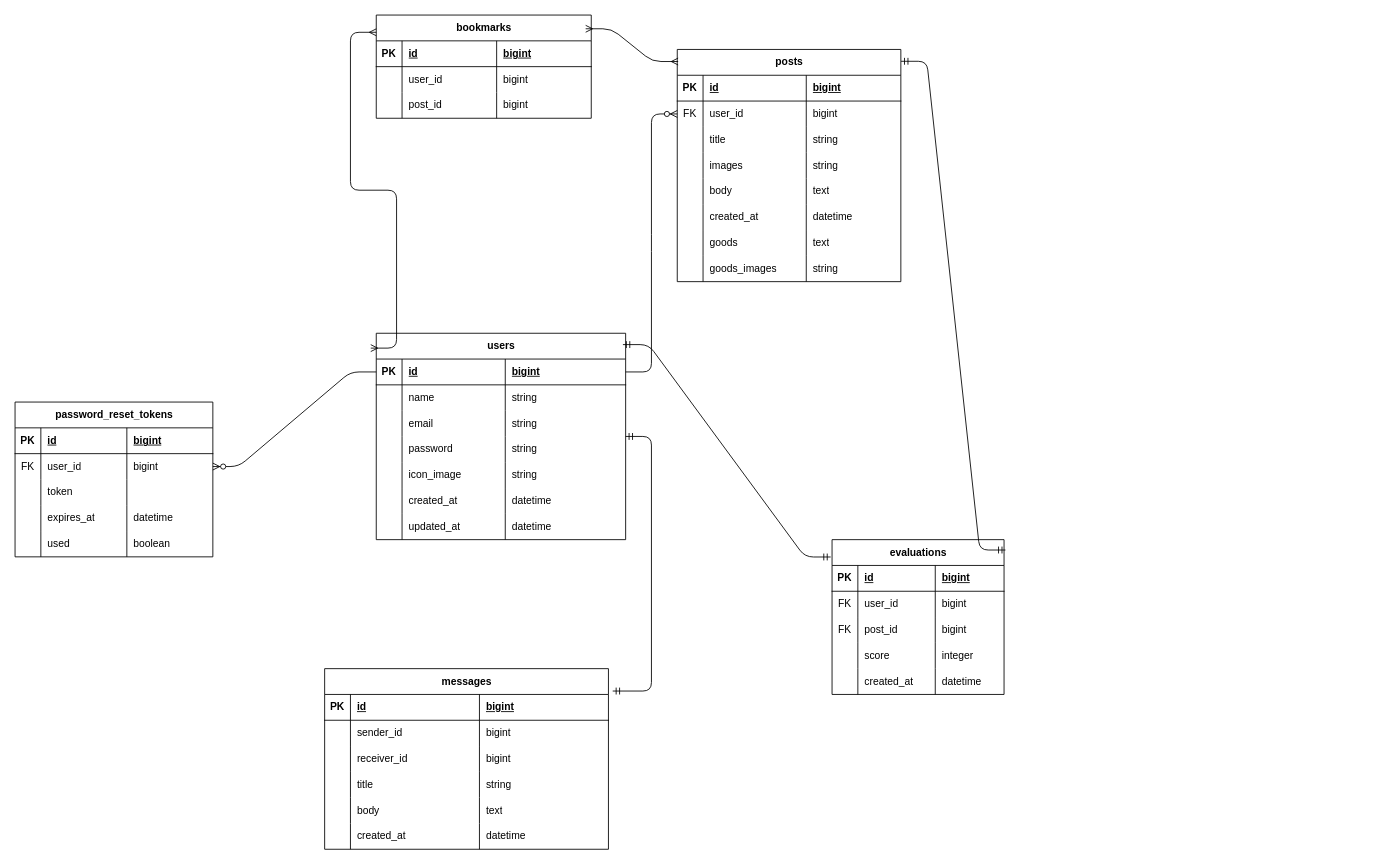
Earlier version of the draw.io diagram ER図.drawio (buriki8823/sotuapp). Source tidied: cells renumbered, new cells numbered last; positions are measured from the earlier drawing's top-left corner, leaving out a move shared by most shapes. Both pictures are drawn from the tidied source at 86%, with x=0, y=0 at pixel (15, 15).
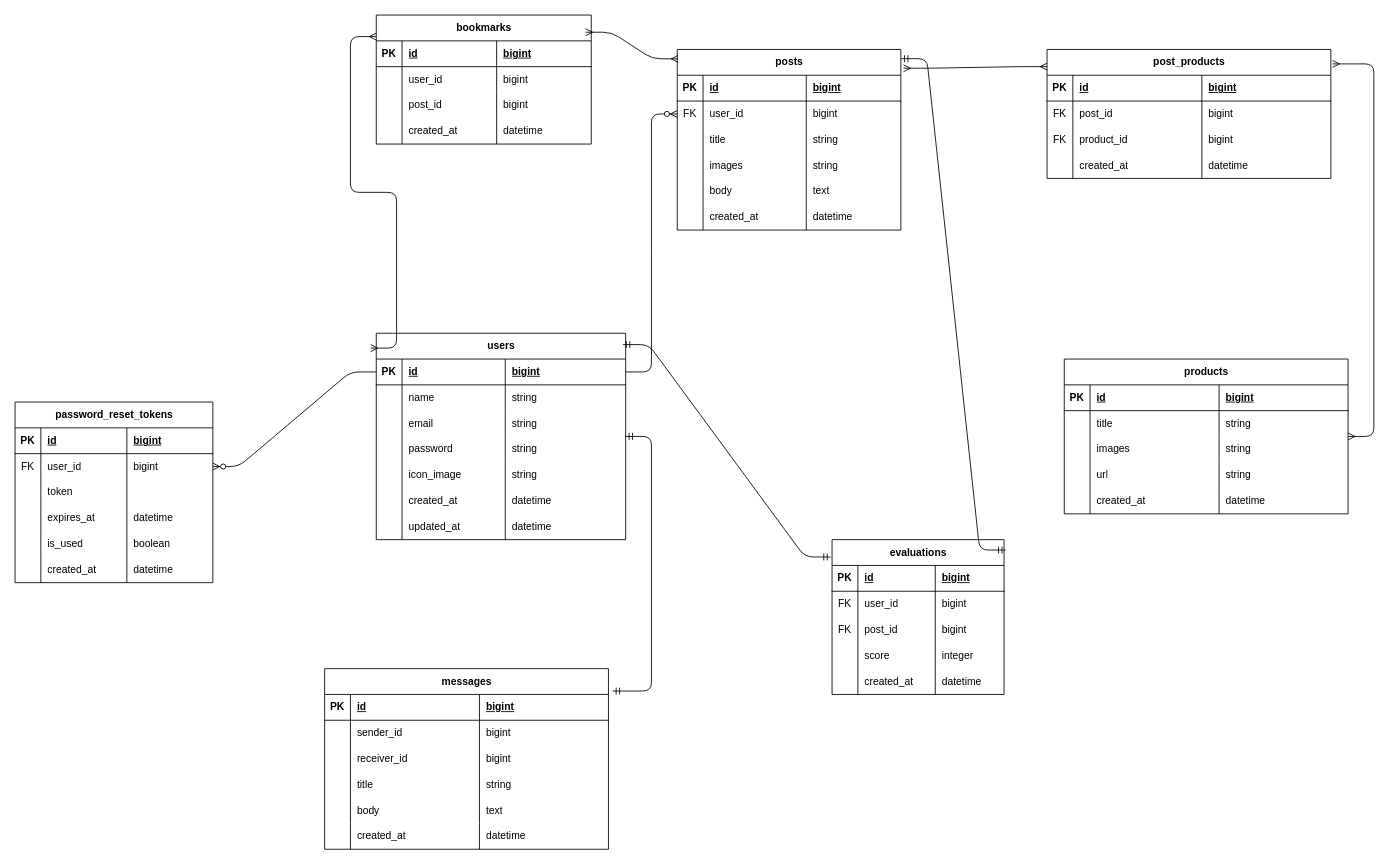
The same diagram, later.

Unchanged cells that the change refers to:
```xml
<mxCell id="48" style="shape=tableRow;horizontal=0;startSize=0;swimlaneHead=0;swimlaneBody=0;fillColor=none;top=0;left=0;right=0;bottom=0;" parent="31" vertex="1">
  <mxGeometry y="150" width="230" height="30" as="geometry" />
</mxCell>
```

What changed in the source:
```diff
@@
     <mxCell id="31" value="password_reset_tokens" style="shape=table;startSize=30;childLayout=tableLayout;rowLines=0;fontStyle=1;align=center;html=1;" parent="1" vertex="1">
-      <mxGeometry y="450" width="230" height="180" as="geometry" />
+      <mxGeometry y="450" width="230" height="210" as="geometry" />
     </mxCell>
@@
-    <mxCell id="50" value="used" style="shape=partialRectangle;fillColor=none;top=0;left=0;bottom=0;right=0;align=left;spacingLeft=6;overflow=hidden;whiteSpace=wrap;html=1;" parent="48" vertex="1">
+    <mxCell id="50" value="is_used" style="shape=partialRectangle;fillColor=none;top=0;left=0;bottom=0;right=0;align=left;spacingLeft=6;overflow=hidden;whiteSpace=wrap;html=1;" parent="48" vertex="1">
       <mxGeometry x="30" width="100" height="30" as="geometry" />
     </mxCell>
@@
+    <mxCell id="151" style="shape=tableRow;horizontal=0;startSize=0;swimlaneHead=0;swimlaneBody=0;fillColor=none;top=0;left=0;right=0;bottom=0;" parent="31" vertex="1">
+      <mxGeometry y="180" width="230" height="30" as="geometry" />
+    </mxCell>
+    <mxCell id="152" style="shape=partialRectangle;fillColor=none;top=0;left=0;bottom=0;right=0;overflow=hidden;whiteSpace=wrap;html=1;" parent="151" vertex="1">
+      <mxGeometry width="30" height="30" as="geometry" />
+    </mxCell>
+    <mxCell id="153" value="&lt;span style=&quot;color: rgb(0, 0, 0);&quot;&gt;created_at&lt;/span&gt;" style="shape=partialRectangle;fillColor=none;top=0;left=0;bottom=0;right=0;align=left;spacingLeft=6;overflow=hidden;whiteSpace=wrap;html=1;" parent="151" vertex="1">
+      <mxGeometry x="30" width="100" height="30" as="geometry" />
+    </mxCell>
+    <mxCell id="154" value="&lt;span style=&quot;color: rgb(0, 0, 0);&quot;&gt;datetime&lt;/span&gt;" style="shape=partialRectangle;fillColor=none;top=0;left=0;bottom=0;right=0;align=left;spacingLeft=6;overflow=hidden;whiteSpace=wrap;html=1;" parent="151" vertex="1">
+      <mxGeometry x="130" width="100" height="30" as="geometry" />
+    </mxCell>
@@
     <mxCell id="53" value="posts" style="shape=table;startSize=30;childLayout=tableLayout;rowLines=0;fontStyle=1;align=center;html=1;" parent="1" vertex="1">
-      <mxGeometry x="770" y="40" width="260" height="270" as="geometry" />
+      <mxGeometry x="770" y="40" width="260" height="210" as="geometry" />
     </mxCell>
@@
-    <mxCell id="78" style="shape=tableRow;horizontal=0;startSize=0;swimlaneHead=0;swimlaneBody=0;fillColor=none;top=0;left=0;right=0;bottom=0;" parent="53" vertex="1">
-      <mxGeometry y="210" width="260" height="30" as="geometry" />
-    </mxCell>
-    <mxCell id="79" style="shape=partialRectangle;fillColor=none;top=0;left=0;bottom=0;right=0;overflow=hidden;whiteSpace=wrap;html=1;" parent="78" vertex="1">
-      <mxGeometry width="30" height="30" as="geometry" />
-    </mxCell>
-    <mxCell id="80" value="goods" style="shape=partialRectangle;fillColor=none;top=0;left=0;bottom=0;right=0;align=left;spacingLeft=6;overflow=hidden;whiteSpace=wrap;html=1;" parent="78" vertex="1">
-      <mxGeometry x="30" width="120" height="30" as="geometry" />
-    </mxCell>
-    <mxCell id="81" value="text" style="shape=partialRectangle;fillColor=none;top=0;left=0;bottom=0;right=0;align=left;spacingLeft=6;overflow=hidden;whiteSpace=wrap;html=1;" parent="78" vertex="1">
-      <mxGeometry x="150" width="110" height="30" as="geometry" />
-    </mxCell>
-    <mxCell id="82" style="shape=tableRow;horizontal=0;startSize=0;swimlaneHead=0;swimlaneBody=0;fillColor=none;top=0;left=0;right=0;bottom=0;" parent="53" vertex="1">
-      <mxGeometry y="240" width="260" height="30" as="geometry" />
-    </mxCell>
-    <mxCell id="83" style="shape=partialRectangle;fillColor=none;top=0;left=0;bottom=0;right=0;overflow=hidden;whiteSpace=wrap;html=1;" parent="82" vertex="1">
-      <mxGeometry width="30" height="30" as="geometry" />
-    </mxCell>
-    <mxCell id="84" value="goods_images" style="shape=partialRectangle;fillColor=none;top=0;left=0;bottom=0;right=0;align=left;spacingLeft=6;overflow=hidden;whiteSpace=wrap;html=1;" parent="82" vertex="1">
-      <mxGeometry x="30" width="120" height="30" as="geometry" />
-    </mxCell>
-    <mxCell id="85" value="string" style="shape=partialRectangle;fillColor=none;top=0;left=0;bottom=0;right=0;align=left;spacingLeft=6;overflow=hidden;whiteSpace=wrap;html=1;" parent="82" vertex="1">
-      <mxGeometry x="150" width="110" height="30" as="geometry" />
-    </mxCell>
@@
     <mxCell id="110" value="bookmarks" style="shape=table;startSize=30;childLayout=tableLayout;rowLines=0;fontStyle=1;align=center;html=1;" parent="1" vertex="1">
-      <mxGeometry x="420" width="250" height="120" as="geometry" />
+      <mxGeometry x="420" width="250" height="150" as="geometry" />
     </mxCell>
@@
+    <mxCell id="155" style="shape=tableRow;horizontal=0;startSize=0;swimlaneHead=0;swimlaneBody=0;fillColor=none;top=0;left=0;right=0;bottom=0;" parent="110" vertex="1">
+      <mxGeometry y="120" width="250" height="30" as="geometry" />
+    </mxCell>
+    <mxCell id="156" style="shape=partialRectangle;fillColor=none;top=0;left=0;bottom=0;right=0;overflow=hidden;whiteSpace=wrap;html=1;" parent="155" vertex="1">
+      <mxGeometry width="30" height="30" as="geometry" />
+    </mxCell>
+    <mxCell id="157" value="&lt;span style=&quot;color: rgb(0, 0, 0);&quot;&gt;created_at&lt;/span&gt;" style="shape=partialRectangle;fillColor=none;top=0;left=0;bottom=0;right=0;align=left;spacingLeft=6;overflow=hidden;whiteSpace=wrap;html=1;" parent="155" vertex="1">
+      <mxGeometry x="30" width="110" height="30" as="geometry" />
+    </mxCell>
+    <mxCell id="158" value="&lt;span style=&quot;color: rgb(0, 0, 0);&quot;&gt;datetime&lt;/span&gt;" style="shape=partialRectangle;fillColor=none;top=0;left=0;bottom=0;right=0;align=left;spacingLeft=6;overflow=hidden;whiteSpace=wrap;html=1;" parent="155" vertex="1">
+      <mxGeometry x="140" width="110" height="30" as="geometry" />
+    </mxCell>
@@
+    <mxCell id="159" value="post_products" style="shape=table;startSize=30;childLayout=tableLayout;rowLines=0;fontStyle=1;align=center;html=1;" parent="1" vertex="1">
+      <mxGeometry x="1200" y="40" width="330" height="150" as="geometry" />
+    </mxCell>
+    <mxCell id="160" style="shape=tableRow;horizontal=0;startSize=0;swimlaneHead=0;swimlaneBody=0;fillColor=none;top=0;left=0;right=0;bottom=1;" parent="159" vertex="1">
+      <mxGeometry y="30" width="330" height="30" as="geometry" />
+    </mxCell>
+    <mxCell id="161" value="PK" style="shape=partialRectangle;fillColor=none;top=0;left=0;bottom=0;right=0;fontStyle=1;overflow=hidden;whiteSpace=wrap;html=1;" parent="160" vertex="1">
+      <mxGeometry width="30" height="30" as="geometry" />
+    </mxCell>
+    <mxCell id="162" value="id" style="shape=partialRectangle;fillColor=none;top=0;left=0;bottom=0;right=0;align=left;spacingLeft=6;fontStyle=5;overflow=hidden;whiteSpace=wrap;html=1;" parent="160" vertex="1">
+      <mxGeometry x="30" width="150" height="30" as="geometry" />
+    </mxCell>
+    <mxCell id="163" value="bigint" style="shape=partialRectangle;fillColor=none;top=0;left=0;bottom=0;right=0;align=left;spacingLeft=6;fontStyle=5;overflow=hidden;whiteSpace=wrap;html=1;" parent="160" vertex="1">
+      <mxGeometry x="180" width="150" height="30" as="geometry" />
+    </mxCell>
+    <mxCell id="164" style="shape=tableRow;horizontal=0;startSize=0;swimlaneHead=0;swimlaneBody=0;fillColor=none;top=0;left=0;right=0;bottom=0;" parent="159" vertex="1">
+      <mxGeometry y="60" width="330" height="30" as="geometry" />
+    </mxCell>
+    <mxCell id="165" value="FK" style="shape=partialRectangle;fillColor=none;top=0;left=0;bottom=0;right=0;overflow=hidden;whiteSpace=wrap;html=1;" parent="164" vertex="1">
+      <mxGeometry width="30" height="30" as="geometry" />
+    </mxCell>
+    <mxCell id="166" value="post_id" style="shape=partialRectangle;fillColor=none;top=0;left=0;bottom=0;right=0;align=left;spacingLeft=6;overflow=hidden;whiteSpace=wrap;html=1;" parent="164" vertex="1">
+      <mxGeometry x="30" width="150" height="30" as="geometry" />
+    </mxCell>
+    <mxCell id="167" value="bigint" style="shape=partialRectangle;fillColor=none;top=0;left=0;bottom=0;right=0;align=left;spacingLeft=6;overflow=hidden;whiteSpace=wrap;html=1;" parent="164" vertex="1">
+      <mxGeometry x="180" width="150" height="30" as="geometry" />
+    </mxCell>
+    <mxCell id="168" style="shape=tableRow;horizontal=0;startSize=0;swimlaneHead=0;swimlaneBody=0;fillColor=none;top=0;left=0;right=0;bottom=0;" parent="159" vertex="1">
+      <mxGeometry y="90" width="330" height="30" as="geometry" />
+    </mxCell>
+    <mxCell id="169" value="FK" style="shape=partialRectangle;fillColor=none;top=0;left=0;bottom=0;right=0;overflow=hidden;whiteSpace=wrap;html=1;" parent="168" vertex="1">
+      <mxGeometry width="30" height="30" as="geometry" />
+    </mxCell>
+    <mxCell id="170" value="product_id" style="shape=partialRectangle;fillColor=none;top=0;left=0;bottom=0;right=0;align=left;spacingLeft=6;overflow=hidden;whiteSpace=wrap;html=1;" parent="168" vertex="1">
+      <mxGeometry x="30" width="150" height="30" as="geometry" />
+    </mxCell>
+    <mxCell id="171" value="bigint" style="shape=partialRectangle;fillColor=none;top=0;left=0;bottom=0;right=0;align=left;spacingLeft=6;overflow=hidden;whiteSpace=wrap;html=1;" parent="168" vertex="1">
+      <mxGeometry x="180" width="150" height="30" as="geometry" />
+    </mxCell>
+    <mxCell id="172" style="shape=tableRow;horizontal=0;startSize=0;swimlaneHead=0;swimlaneBody=0;fillColor=none;top=0;left=0;right=0;bottom=0;" parent="159" vertex="1">
+      <mxGeometry y="120" width="330" height="30" as="geometry" />
+    </mxCell>
+    <mxCell id="173" style="shape=partialRectangle;fillColor=none;top=0;left=0;bottom=0;right=0;overflow=hidden;whiteSpace=wrap;html=1;" parent="172" vertex="1">
+      <mxGeometry width="30" height="30" as="geometry" />
+    </mxCell>
+    <mxCell id="174" value="&lt;span style=&quot;color: rgb(0, 0, 0);&quot;&gt;created_at&lt;/span&gt;" style="shape=partialRectangle;fillColor=none;top=0;left=0;bottom=0;right=0;align=left;spacingLeft=6;overflow=hidden;whiteSpace=wrap;html=1;" parent="172" vertex="1">
+      <mxGeometry x="30" width="150" height="30" as="geometry" />
+    </mxCell>
+    <mxCell id="175" value="&lt;span style=&quot;color: rgb(0, 0, 0);&quot;&gt;datetime&lt;/span&gt;" style="shape=partialRectangle;fillColor=none;top=0;left=0;bottom=0;right=0;align=left;spacingLeft=6;overflow=hidden;whiteSpace=wrap;html=1;" parent="172" vertex="1">
+      <mxGeometry x="180" width="150" height="30" as="geometry" />
+    </mxCell>
+    <mxCell id="176" value="products" style="shape=table;startSize=30;childLayout=tableLayout;rowLines=0;fontStyle=1;align=center;html=1;" parent="1" vertex="1">
+      <mxGeometry x="1220" y="400" width="330" height="180" as="geometry" />
+    </mxCell>
+    <mxCell id="177" style="shape=tableRow;horizontal=0;startSize=0;swimlaneHead=0;swimlaneBody=0;fillColor=none;top=0;left=0;right=0;bottom=1;" parent="176" vertex="1">
+      <mxGeometry y="30" width="330" height="30" as="geometry" />
+    </mxCell>
+    <mxCell id="178" value="PK" style="shape=partialRectangle;fillColor=none;top=0;left=0;bottom=0;right=0;fontStyle=1;overflow=hidden;whiteSpace=wrap;html=1;" parent="177" vertex="1">
+      <mxGeometry width="30" height="30" as="geometry" />
+    </mxCell>
+    <mxCell id="179" value="id" style="shape=partialRectangle;fillColor=none;top=0;left=0;bottom=0;right=0;align=left;spacingLeft=6;fontStyle=5;overflow=hidden;whiteSpace=wrap;html=1;" parent="177" vertex="1">
+      <mxGeometry x="30" width="150" height="30" as="geometry" />
+    </mxCell>
+    <mxCell id="180" value="bigint" style="shape=partialRectangle;fillColor=none;top=0;left=0;bottom=0;right=0;align=left;spacingLeft=6;fontStyle=5;overflow=hidden;whiteSpace=wrap;html=1;" parent="177" vertex="1">
+      <mxGeometry x="180" width="150" height="30" as="geometry" />
+    </mxCell>
+    <mxCell id="181" style="shape=tableRow;horizontal=0;startSize=0;swimlaneHead=0;swimlaneBody=0;fillColor=none;top=0;left=0;right=0;bottom=0;" parent="176" vertex="1">
+      <mxGeometry y="60" width="330" height="30" as="geometry" />
+    </mxCell>
+    <mxCell id="182" style="shape=partialRectangle;fillColor=none;top=0;left=0;bottom=0;right=0;overflow=hidden;whiteSpace=wrap;html=1;" parent="181" vertex="1">
+      <mxGeometry width="30" height="30" as="geometry" />
+    </mxCell>
+    <mxCell id="183" value="title" style="shape=partialRectangle;fillColor=none;top=0;left=0;bottom=0;right=0;align=left;spacingLeft=6;overflow=hidden;whiteSpace=wrap;html=1;" parent="181" vertex="1">
+      <mxGeometry x="30" width="150" height="30" as="geometry" />
+    </mxCell>
+    <mxCell id="184" value="string" style="shape=partialRectangle;fillColor=none;top=0;left=0;bottom=0;right=0;align=left;spacingLeft=6;overflow=hidden;whiteSpace=wrap;html=1;" parent="181" vertex="1">
+      <mxGeometry x="180" width="150" height="30" as="geometry" />
+    </mxCell>
+    <mxCell id="185" style="shape=tableRow;horizontal=0;startSize=0;swimlaneHead=0;swimlaneBody=0;fillColor=none;top=0;left=0;right=0;bottom=0;" parent="176" vertex="1">
+      <mxGeometry y="90" width="330" height="30" as="geometry" />
+    </mxCell>
+    <mxCell id="186" style="shape=partialRectangle;fillColor=none;top=0;left=0;bottom=0;right=0;overflow=hidden;whiteSpace=wrap;html=1;" parent="185" vertex="1">
+      <mxGeometry width="30" height="30" as="geometry" />
+    </mxCell>
+    <mxCell id="187" value="images" style="shape=partialRectangle;fillColor=none;top=0;left=0;bottom=0;right=0;align=left;spacingLeft=6;overflow=hidden;whiteSpace=wrap;html=1;" parent="185" vertex="1">
+      <mxGeometry x="30" width="150" height="30" as="geometry" />
+    </mxCell>
+    <mxCell id="188" value="string" style="shape=partialRectangle;fillColor=none;top=0;left=0;bottom=0;right=0;align=left;spacingLeft=6;overflow=hidden;whiteSpace=wrap;html=1;" parent="185" vertex="1">
+      <mxGeometry x="180" width="150" height="30" as="geometry" />
+    </mxCell>
+    <mxCell id="189" style="shape=tableRow;horizontal=0;startSize=0;swimlaneHead=0;swimlaneBody=0;fillColor=none;top=0;left=0;right=0;bottom=0;" parent="176" vertex="1">
+      <mxGeometry y="120" width="330" height="30" as="geometry" />
+    </mxCell>
+    <mxCell id="190" style="shape=partialRectangle;fillColor=none;top=0;left=0;bottom=0;right=0;overflow=hidden;whiteSpace=wrap;html=1;" parent="189" vertex="1">
+      <mxGeometry width="30" height="30" as="geometry" />
+    </mxCell>
+    <mxCell id="191" value="url" style="shape=partialRectangle;fillColor=none;top=0;left=0;bottom=0;right=0;align=left;spacingLeft=6;overflow=hidden;whiteSpace=wrap;html=1;" parent="189" vertex="1">
+      <mxGeometry x="30" width="150" height="30" as="geometry" />
+    </mxCell>
+    <mxCell id="192" value="string" style="shape=partialRectangle;fillColor=none;top=0;left=0;bottom=0;right=0;align=left;spacingLeft=6;overflow=hidden;whiteSpace=wrap;html=1;" parent="189" vertex="1">
+      <mxGeometry x="180" width="150" height="30" as="geometry" />
+    </mxCell>
+    <mxCell id="193" style="shape=tableRow;horizontal=0;startSize=0;swimlaneHead=0;swimlaneBody=0;fillColor=none;top=0;left=0;right=0;bottom=0;" parent="176" vertex="1">
+      <mxGeometry y="150" width="330" height="30" as="geometry" />
+    </mxCell>
+    <mxCell id="194" style="shape=partialRectangle;fillColor=none;top=0;left=0;bottom=0;right=0;overflow=hidden;whiteSpace=wrap;html=1;" parent="193" vertex="1">
+      <mxGeometry width="30" height="30" as="geometry" />
+    </mxCell>
+    <mxCell id="195" value="&lt;span style=&quot;color: rgb(0, 0, 0);&quot;&gt;created_at&lt;/span&gt;" style="shape=partialRectangle;fillColor=none;top=0;left=0;bottom=0;right=0;align=left;spacingLeft=6;overflow=hidden;whiteSpace=wrap;html=1;" parent="193" vertex="1">
+      <mxGeometry x="30" width="150" height="30" as="geometry" />
+    </mxCell>
+    <mxCell id="196" value="&lt;span style=&quot;color: rgb(0, 0, 0);&quot;&gt;datetime&lt;/span&gt;" style="shape=partialRectangle;fillColor=none;top=0;left=0;bottom=0;right=0;align=left;spacingLeft=6;overflow=hidden;whiteSpace=wrap;html=1;" parent="193" vertex="1">
+      <mxGeometry x="180" width="150" height="30" as="geometry" />
+    </mxCell>
+    <mxCell id="197" style="edgeStyle=entityRelationEdgeStyle;fontSize=12;html=1;endArrow=ERmany;startArrow=ERmany;entryX=0;entryY=0.133;entryDx=0;entryDy=0;entryPerimeter=0;exitX=1.012;exitY=0.104;exitDx=0;exitDy=0;exitPerimeter=0;" parent="1" edge="1" source="53" target="159">
+      <mxGeometry relative="1" as="geometry" />
+    </mxCell>
+    <mxCell id="198" style="edgeStyle=entityRelationEdgeStyle;fontSize=12;html=1;endArrow=ERmany;startArrow=ERmany;exitX=1.006;exitY=0.112;exitDx=0;exitDy=0;exitPerimeter=0;" parent="1" edge="1" source="159" target="176">
+      <mxGeometry relative="1" as="geometry" />
+    </mxCell>
```
